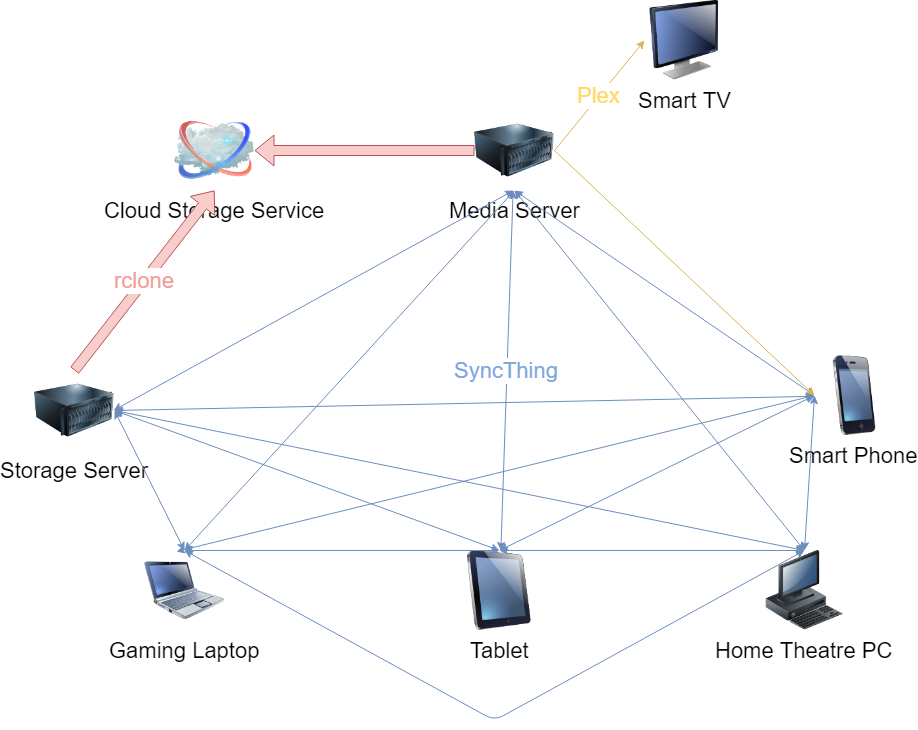
The draw.io diagram Logical Layout.png in syedrali/media-server, before a commit. Source tidied: cells renumbered, new cells last; positions are measured from the earlier drawing's top-left corner, leaving out a move shared by most shapes. The source it was exported from:
```xml
<mxGraphModel background="#ffffff">
  <root>
    <mxCell id="0" />
    <mxCell id="1" parent="0" />
    <mxCell id="2" style="edgeStyle=none;rounded=0;html=1;labelBackgroundColor=none;endArrow=none;strokeColor=#000000;strokeWidth=2;fontFamily=Verdana;fontSize=22;fontColor=#000000;" parent="1" edge="1">
      <mxGeometry relative="1" as="geometry">
        <mxPoint x="460" y="260" as="sourcePoint" />
        <mxPoint x="460" y="260" as="targetPoint" />
      </mxGeometry>
    </mxCell>
    <mxCell id="3" value="Tablet" style="image;html=1;labelBackgroundColor=#ffffff;image=img/lib/clip_art/computers/iPad_128x128.png;rounded=1;shadow=0;comic=0;strokeColor=#000000;strokeWidth=2;fillColor=#FFFFFF;fontSize=22;fontColor=#000000;" parent="1" vertex="1">
      <mxGeometry x="425" y="550" width="80" height="80" as="geometry" />
    </mxCell>
    <mxCell id="4" value="Home Theatre PC" style="image;html=1;labelBackgroundColor=#ffffff;image=img/lib/clip_art/computers/Workstation_128x128.png;rounded=1;shadow=0;comic=0;strokeColor=#000000;strokeWidth=2;fillColor=#FFFFFF;fontSize=22;fontColor=#000000;" parent="1" vertex="1">
      <mxGeometry x="730" y="550" width="80" height="80" as="geometry" />
    </mxCell>
    <mxCell id="5" value="Smart Phone" style="image;html=1;labelBackgroundColor=#ffffff;image=img/lib/clip_art/telecommunication/iPhone_128x128.png;rounded=1;shadow=0;comic=0;strokeColor=#000000;strokeWidth=2;fillColor=#FFFFFF;fontSize=22;fontColor=#000000;" parent="1" vertex="1">
      <mxGeometry x="780" y="355" width="80" height="80" as="geometry" />
    </mxCell>
    <mxCell id="6" value="Gaming Laptop" style="image;html=1;labelBackgroundColor=#ffffff;image=img/lib/clip_art/computers/Netbook_128x128.png;rounded=1;shadow=0;comic=0;strokeColor=#000000;strokeWidth=2;fillColor=#FFFFFF;fontSize=22;fontColor=#000000;" parent="1" vertex="1">
      <mxGeometry x="110" y="550" width="80" height="80" as="geometry" />
    </mxCell>
    <mxCell id="7" value="Storage Server" style="image;html=1;labelBackgroundColor=#ffffff;image=img/lib/clip_art/computers/Server_128x128.png;fontSize=22;" parent="1" vertex="1">
      <mxGeometry y="370" width="80" height="80" as="geometry" />
    </mxCell>
    <mxCell id="8" value="Media Server" style="image;html=1;labelBackgroundColor=#ffffff;image=img/lib/clip_art/computers/Server_128x128.png;fontSize=22;" parent="1" vertex="1">
      <mxGeometry x="440" y="110" width="80" height="80" as="geometry" />
    </mxCell>
    <mxCell id="9" value="Cloud Storage Service" style="image;html=1;labelBackgroundColor=#ffffff;image=img/lib/clip_art/networking/Cloud_128x128.png;fontSize=22;" parent="1" vertex="1">
      <mxGeometry x="140" y="110" width="80" height="80" as="geometry" />
    </mxCell>
    <mxCell id="10" value="Smart TV" style="image;html=1;labelBackgroundColor=#ffffff;image=img/lib/clip_art/computers/Monitor_128x128.png;fontSize=22;" parent="1" vertex="1">
      <mxGeometry x="610" width="80" height="80" as="geometry" />
    </mxCell>
    <mxCell id="11" value="rclone" style="shape=flexArrow;endArrow=classic;html=1;exitX=0.5;exitY=0;exitDx=0;exitDy=0;entryX=0.5;entryY=1;entryDx=0;entryDy=0;fillColor=#f8cecc;strokeColor=#b85450;fontColor=#F19C99;fontSize=22;" parent="1" edge="1" source="7" target="9">
      <mxGeometry relative="1" as="geometry" />
    </mxCell>
    <mxCell id="12" style="shape=flexArrow;endArrow=classic;html=1;entryX=1;entryY=0.5;entryDx=0;entryDy=0;fillColor=#f8cecc;strokeColor=#b85450;fontColor=#F19C99;fontSize=22;" parent="1" edge="1" source="8" target="9">
      <mxGeometry relative="1" as="geometry" />
    </mxCell>
    <mxCell id="13" value="&lt;font color=&quot;#ffd966&quot;&gt;Plex&lt;br&gt;&lt;/font&gt;" style="endArrow=classic;html=1;exitX=1;exitY=0.5;exitDx=0;exitDy=0;entryX=0;entryY=0.5;entryDx=0;entryDy=0;fillColor=#fff2cc;strokeColor=#d6b656;fontSize=22;fontColor=#FFE599;" parent="1" edge="1" source="8" target="10">
      <mxGeometry relative="1" as="geometry" />
    </mxCell>
    <mxCell id="14" style="endArrow=classic;startArrow=classic;html=1;entryX=0.5;entryY=1;entryDx=0;entryDy=0;exitX=1;exitY=0.5;exitDx=0;exitDy=0;fillColor=#dae8fc;strokeColor=#6c8ebf;fontSize=22;" parent="1" edge="1">
      <mxGeometry relative="1" as="geometry">
        <mxPoint x="79" y="410" as="sourcePoint" />
        <mxPoint x="479" y="190" as="targetPoint" />
      </mxGeometry>
    </mxCell>
    <mxCell id="15" style="endArrow=classic;startArrow=classic;html=1;exitX=1;exitY=0.5;exitDx=0;exitDy=0;entryX=0.5;entryY=0;entryDx=0;entryDy=0;fillColor=#dae8fc;strokeColor=#6c8ebf;" parent="1" edge="1" source="7" target="6">
      <mxGeometry relative="1" as="geometry" />
    </mxCell>
    <mxCell id="16" style="endArrow=classic;startArrow=classic;html=1;entryX=0.5;entryY=1;entryDx=0;entryDy=0;exitX=0.5;exitY=0;exitDx=0;exitDy=0;fillColor=#dae8fc;strokeColor=#6c8ebf;" parent="1" edge="1" source="6" target="8">
      <mxGeometry relative="1" as="geometry" />
    </mxCell>
    <mxCell id="17" value="SyncThing" style="endArrow=classic;startArrow=classic;html=1;fillColor=#dae8fc;strokeColor=#6c8ebf;fontSize=22;fontColor=#7EA6E0;" parent="1" edge="1" source="3" target="8">
      <mxGeometry relative="1" as="geometry" />
    </mxCell>
    <mxCell id="18" style="endArrow=classic;startArrow=classic;html=1;entryX=0.5;entryY=1;entryDx=0;entryDy=0;exitX=0.5;exitY=0;exitDx=0;exitDy=0;fillColor=#dae8fc;strokeColor=#6c8ebf;" parent="1" edge="1" source="4" target="8">
      <mxGeometry relative="1" as="geometry" />
    </mxCell>
    <mxCell id="19" style="endArrow=classic;startArrow=classic;html=1;entryX=0.5;entryY=1;entryDx=0;entryDy=0;exitX=0;exitY=0.5;exitDx=0;exitDy=0;fillColor=#dae8fc;strokeColor=#6c8ebf;" parent="1" edge="1" source="5" target="8">
      <mxGeometry relative="1" as="geometry" />
    </mxCell>
    <mxCell id="20" style="endArrow=classic;startArrow=classic;html=1;exitX=0.5;exitY=0;exitDx=0;exitDy=0;entryX=0.5;entryY=0;entryDx=0;entryDy=0;fillColor=#dae8fc;strokeColor=#6c8ebf;" parent="1" edge="1" source="6" target="3">
      <mxGeometry relative="1" as="geometry" />
    </mxCell>
    <mxCell id="21" style="endArrow=classic;startArrow=classic;html=1;entryX=1;entryY=0.5;entryDx=0;entryDy=0;exitX=0.5;exitY=0;exitDx=0;exitDy=0;fillColor=#dae8fc;strokeColor=#6c8ebf;" parent="1" edge="1" source="3" target="7">
      <mxGeometry relative="1" as="geometry" />
    </mxCell>
    <mxCell id="22" style="endArrow=classic;startArrow=classic;html=1;exitX=0.5;exitY=0;exitDx=0;exitDy=0;entryX=0.5;entryY=0;entryDx=0;entryDy=0;fillColor=#dae8fc;strokeColor=#6c8ebf;" parent="1" edge="1" source="3" target="4">
      <mxGeometry relative="1" as="geometry" />
    </mxCell>
    <mxCell id="23" style="endArrow=classic;startArrow=classic;html=1;exitX=1;exitY=0.5;exitDx=0;exitDy=0;fillColor=#dae8fc;strokeColor=#6c8ebf;" parent="1" edge="1" source="7">
      <mxGeometry relative="1" as="geometry">
        <mxPoint x="770" y="550" as="targetPoint" />
      </mxGeometry>
    </mxCell>
    <mxCell id="24" style="endArrow=classic;startArrow=classic;html=1;exitX=1;exitY=0.5;exitDx=0;exitDy=0;fillColor=#dae8fc;strokeColor=#6c8ebf;" parent="1" edge="1" source="7" target="5">
      <mxGeometry relative="1" as="geometry" />
    </mxCell>
    <mxCell id="25" style="endArrow=classic;startArrow=classic;html=1;exitX=0.5;exitY=0;exitDx=0;exitDy=0;entryX=0.5;entryY=0;entryDx=0;entryDy=0;fillColor=#dae8fc;strokeColor=#6c8ebf;" parent="1" edge="1" source="6" target="4">
      <mxGeometry relative="1" as="geometry">
        <Array as="points">
          <mxPoint x="460" y="720" />
        </Array>
      </mxGeometry>
    </mxCell>
    <mxCell id="26" style="endArrow=classic;startArrow=classic;html=1;exitX=0.4;exitY=0.015;exitDx=0;exitDy=0;exitPerimeter=0;entryX=0;entryY=0.5;entryDx=0;entryDy=0;fillColor=#dae8fc;strokeColor=#6c8ebf;" parent="1" edge="1" source="6" target="5">
      <mxGeometry relative="1" as="geometry" />
    </mxCell>
    <mxCell id="27" style="endArrow=classic;startArrow=classic;html=1;exitX=0.5;exitY=0;exitDx=0;exitDy=0;entryX=0;entryY=0.5;entryDx=0;entryDy=0;fillColor=#dae8fc;strokeColor=#6c8ebf;" parent="1" edge="1" source="3" target="5">
      <mxGeometry relative="1" as="geometry" />
    </mxCell>
    <mxCell id="28" style="endArrow=classic;startArrow=classic;html=1;exitX=0.5;exitY=0;exitDx=0;exitDy=0;entryX=0;entryY=0.5;entryDx=0;entryDy=0;fillColor=#dae8fc;strokeColor=#6c8ebf;" parent="1" edge="1" source="4" target="5">
      <mxGeometry relative="1" as="geometry" />
    </mxCell>
    <mxCell id="29" style="endArrow=classic;html=1;exitX=1;exitY=0.5;exitDx=0;exitDy=0;fillColor=#fff2cc;strokeColor=#d6b656;entryX=0;entryY=0.5;entryDx=0;entryDy=0;" parent="1" edge="1" source="8" target="5">
      <mxGeometry relative="1" as="geometry" />
    </mxCell>
  </root>
</mxGraphModel>
```
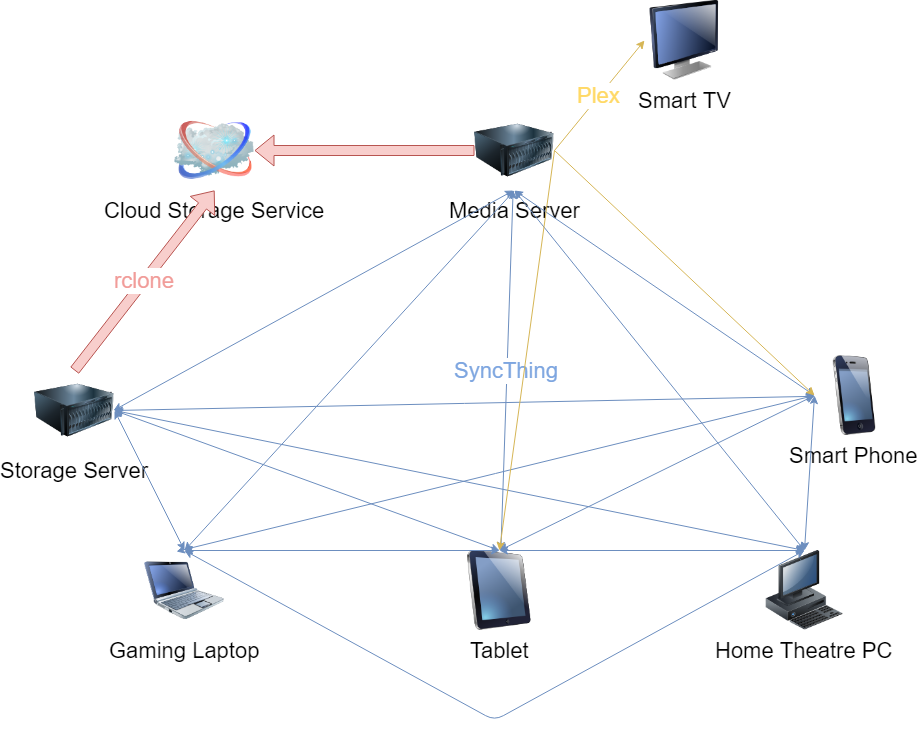
Above is the later version.

The edit, as a diff of the source:
```diff
@@ -98,5 +98,8 @@
     <mxCell id="29" style="endArrow=classic;html=1;exitX=1;exitY=0.5;exitDx=0;exitDy=0;fillColor=#fff2cc;strokeColor=#d6b656;entryX=0;entryY=0.5;entryDx=0;entryDy=0;" parent="1" edge="1" source="8" target="5">
       <mxGeometry relative="1" as="geometry" />
     </mxCell>
+    <mxCell id="30" value="&lt;font color=&quot;#ffd966&quot;&gt;&lt;br&gt;&lt;/font&gt;" style="endArrow=classic;html=1;exitX=1;exitY=0.5;exitDx=0;exitDy=0;entryX=0.5;entryY=0;entryDx=0;entryDy=0;fillColor=#fff2cc;strokeColor=#d6b656;fontSize=22;fontColor=#FFE599;" parent="1" edge="1" source="8" target="3">
+      <mxGeometry relative="1" as="geometry" />
+    </mxCell>
   </root>
 </mxGraphModel>
```
